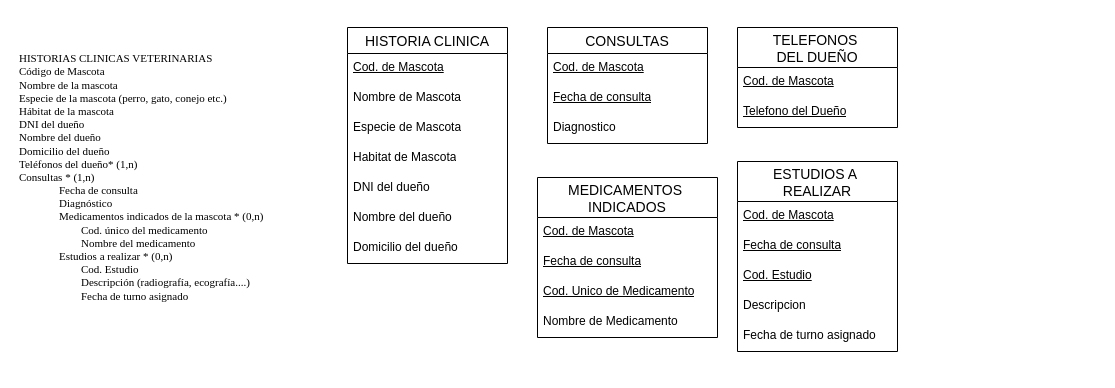
Before: Diagrama sin título.drawio in YasminLedesma/Diagramas, a draw.io diagram. Source tidied: cells renumbered, new cells numbered last; positions are measured from the earlier drawing's top-left corner, leaving out a move shared by most shapes. Both pictures are drawn from the tidied source at 100%, with x=0, y=0 at pixel (17, 27).
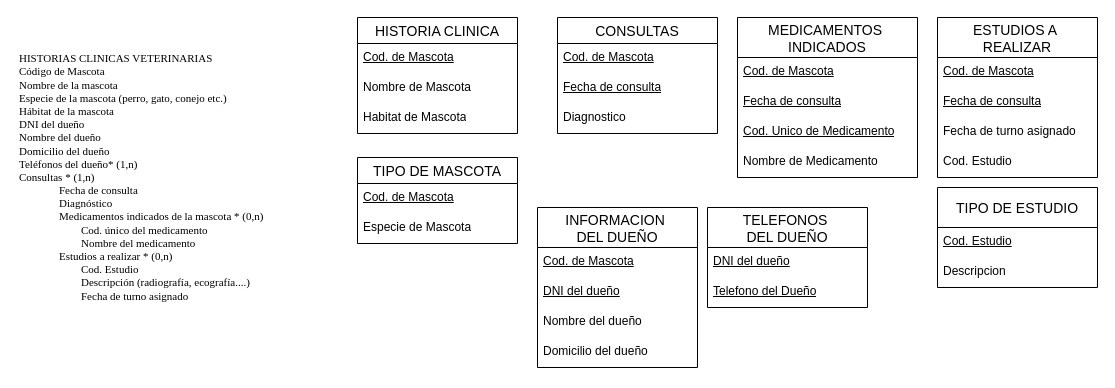
Above is the later version.

Commit message:
Actualizar Diagrama parcial.drawio

Change to the diagram source:
```diff
@@
     <mxCell id="2" value="HISTORIA CLINICA" style="swimlane;fontStyle=0;horizontal=1;startSize=26;align=center;fontSize=14;" parent="1" vertex="1">
-      <mxGeometry x="330" width="160" height="236" as="geometry" />
+      <mxGeometry x="340" y="-10" width="160" height="116" as="geometry" />
     </mxCell>
@@
-    <mxCell id="5" value="Especie de Mascota" style="text;strokeColor=none;fillColor=none;spacingLeft=4;spacingRight=4;overflow=hidden;fontSize=12;whiteSpace=wrap;html=1;" parent="2" vertex="1">
-      <mxGeometry y="86" width="160" height="30" as="geometry" />
-    </mxCell>
     <mxCell id="6" value="Habitat de Mascota" style="text;strokeColor=none;fillColor=none;spacingLeft=4;spacingRight=4;overflow=hidden;fontSize=12;whiteSpace=wrap;html=1;" parent="2" vertex="1">
-      <mxGeometry y="116" width="160" height="30" as="geometry" />
+      <mxGeometry y="86" width="160" height="30" as="geometry" />
     </mxCell>
-    <mxCell id="7" value="DNI del dueño" style="text;strokeColor=none;fillColor=none;spacingLeft=4;spacingRight=4;overflow=hidden;fontSize=12;whiteSpace=wrap;html=1;" parent="2" vertex="1">
-      <mxGeometry y="146" width="160" height="30" as="geometry" />
-    </mxCell>
-    <mxCell id="8" value="Nombre del dueño" style="text;strokeColor=none;fillColor=none;spacingLeft=4;spacingRight=4;overflow=hidden;fontSize=12;whiteSpace=wrap;html=1;" parent="2" vertex="1">
-      <mxGeometry y="176" width="160" height="30" as="geometry" />
-    </mxCell>
-    <mxCell id="9" value="Domicilio del dueño" style="text;strokeColor=none;fillColor=none;spacingLeft=4;spacingRight=4;overflow=hidden;fontSize=12;whiteSpace=wrap;html=1;" parent="2" vertex="1">
-      <mxGeometry y="206" width="160" height="30" as="geometry" />
-    </mxCell>
@@
     <mxCell id="11" value="CONSULTAS" style="swimlane;fontStyle=0;horizontal=1;startSize=26;align=center;fontSize=14;" parent="1" vertex="1">
-      <mxGeometry x="530" width="160" height="116" as="geometry" />
+      <mxGeometry x="540" y="-10" width="160" height="116" as="geometry" />
     </mxCell>
@@
     <mxCell id="15" value="MEDICAMENTOS &#10;INDICADOS" style="swimlane;fontStyle=0;horizontal=1;startSize=40;align=center;fontSize=14;" parent="1" vertex="1">
-      <mxGeometry x="520" y="150" width="180" height="160" as="geometry" />
+      <mxGeometry x="720" y="-10" width="180" height="160" as="geometry" />
     </mxCell>
@@
     <mxCell id="20" value="TELEFONOS &#10;DEL DUEÑO" style="swimlane;fontStyle=0;horizontal=1;startSize=40;align=center;fontSize=14;" parent="1" vertex="1">
-      <mxGeometry x="720" width="160" height="100" as="geometry" />
+      <mxGeometry x="690" y="180" width="160" height="100" as="geometry" />
     </mxCell>
-    <mxCell id="21" value="&lt;u&gt;Cod. de Mascota&lt;/u&gt;" style="text;strokeColor=none;fillColor=none;spacingLeft=4;spacingRight=4;overflow=hidden;fontSize=12;whiteSpace=wrap;html=1;" parent="20" vertex="1">
-      <mxGeometry y="40" width="160" height="30" as="geometry" />
-    </mxCell>
+    <mxCell id="29" value="&lt;u&gt;DNI del dueño&lt;/u&gt;" style="text;strokeColor=none;fillColor=none;spacingLeft=4;spacingRight=4;overflow=hidden;fontSize=12;whiteSpace=wrap;html=1;" parent="20" vertex="1">
+      <mxGeometry y="40" width="160" height="30" as="geometry" />
+    </mxCell>
@@
     <mxCell id="23" value="ESTUDIOS A &#10;REALIZAR" style="swimlane;fontStyle=0;horizontal=1;startSize=40;align=center;fontSize=14;" parent="1" vertex="1">
-      <mxGeometry x="720" y="134" width="160" height="190" as="geometry" />
+      <mxGeometry x="920" y="-10" width="160" height="160" as="geometry" />
     </mxCell>
@@
+    <mxCell id="28" value="Fecha de turno asignado" style="text;strokeColor=none;fillColor=none;spacingLeft=4;spacingRight=4;overflow=hidden;fontSize=12;whiteSpace=wrap;html=1;" parent="23" vertex="1">
+      <mxGeometry y="100" width="160" height="30" as="geometry" />
+    </mxCell>
+    <mxCell id="30" value="Cod. Estudio" style="text;strokeColor=none;fillColor=none;spacingLeft=4;spacingRight=4;overflow=hidden;fontSize=12;whiteSpace=wrap;html=1;" parent="23" vertex="1">
+      <mxGeometry y="130" width="160" height="30" as="geometry" />
+    </mxCell>
+    <mxCell id="31" value="INFORMACION &#10;DEL DUEÑO" style="swimlane;fontStyle=0;horizontal=1;startSize=40;align=center;fontSize=14;" parent="1" vertex="1">
+      <mxGeometry x="520" y="180" width="160" height="160" as="geometry" />
+    </mxCell>
+    <mxCell id="21" value="&lt;u&gt;Cod. de Mascota&lt;/u&gt;" style="text;strokeColor=none;fillColor=none;spacingLeft=4;spacingRight=4;overflow=hidden;fontSize=12;whiteSpace=wrap;html=1;" parent="31" vertex="1">
+      <mxGeometry y="40" width="160" height="30" as="geometry" />
+    </mxCell>
+    <mxCell id="7" value="&lt;u&gt;DNI del dueño&lt;/u&gt;" style="text;strokeColor=none;fillColor=none;spacingLeft=4;spacingRight=4;overflow=hidden;fontSize=12;whiteSpace=wrap;html=1;" parent="31" vertex="1">
+      <mxGeometry y="70" width="160" height="30" as="geometry" />
+    </mxCell>
+    <mxCell id="8" value="Nombre del dueño" style="text;strokeColor=none;fillColor=none;spacingLeft=4;spacingRight=4;overflow=hidden;fontSize=12;whiteSpace=wrap;html=1;" parent="31" vertex="1">
+      <mxGeometry y="100" width="160" height="30" as="geometry" />
+    </mxCell>
+    <mxCell id="9" value="Domicilio del dueño" style="text;strokeColor=none;fillColor=none;spacingLeft=4;spacingRight=4;overflow=hidden;fontSize=12;whiteSpace=wrap;html=1;" parent="31" vertex="1">
+      <mxGeometry y="130" width="160" height="30" as="geometry" />
+    </mxCell>
+    <mxCell id="32" value="TIPO DE ESTUDIO" style="swimlane;fontStyle=0;horizontal=1;startSize=40;align=center;fontSize=14;" parent="1" vertex="1">
+      <mxGeometry x="920" y="160" width="160" height="100" as="geometry" />
+    </mxCell>
-    <mxCell id="26" value="&lt;u&gt;Cod. Estudio&lt;/u&gt;" style="text;strokeColor=none;fillColor=none;spacingLeft=4;spacingRight=4;overflow=hidden;fontSize=12;whiteSpace=wrap;html=1;" parent="23" vertex="1">
-      <mxGeometry y="100" width="160" height="30" as="geometry" />
+    <mxCell id="26" value="&lt;u&gt;Cod. Estudio&lt;/u&gt;" style="text;strokeColor=none;fillColor=none;spacingLeft=4;spacingRight=4;overflow=hidden;fontSize=12;whiteSpace=wrap;html=1;" parent="32" vertex="1">
+      <mxGeometry y="40" width="160" height="30" as="geometry" />
     </mxCell>
-    <mxCell id="27" value="Descripcion" style="text;strokeColor=none;fillColor=none;spacingLeft=4;spacingRight=4;overflow=hidden;fontSize=12;whiteSpace=wrap;html=1;" parent="23" vertex="1">
-      <mxGeometry y="130" width="160" height="30" as="geometry" />
+    <mxCell id="27" value="Descripcion" style="text;strokeColor=none;fillColor=none;spacingLeft=4;spacingRight=4;overflow=hidden;fontSize=12;whiteSpace=wrap;html=1;" parent="32" vertex="1">
+      <mxGeometry y="70" width="160" height="30" as="geometry" />
     </mxCell>
-    <mxCell id="28" value="Fecha de turno asignado" style="text;strokeColor=none;fillColor=none;spacingLeft=4;spacingRight=4;overflow=hidden;fontSize=12;whiteSpace=wrap;html=1;" parent="23" vertex="1">
-      <mxGeometry y="160" width="160" height="30" as="geometry" />
-    </mxCell>
+    <mxCell id="33" value="TIPO DE MASCOTA" style="swimlane;fontStyle=0;horizontal=1;startSize=26;align=center;fontSize=14;" parent="1" vertex="1">
+      <mxGeometry x="340" y="130" width="160" height="86" as="geometry" />
+    </mxCell>
+    <mxCell id="34" value="&lt;u&gt;Cod. de Mascota&lt;/u&gt;" style="text;strokeColor=none;fillColor=none;spacingLeft=4;spacingRight=4;overflow=hidden;fontSize=12;whiteSpace=wrap;html=1;" parent="33" vertex="1">
+      <mxGeometry y="26" width="160" height="30" as="geometry" />
+    </mxCell>
+    <mxCell id="5" value="Especie de Mascota" style="text;strokeColor=none;fillColor=none;spacingLeft=4;spacingRight=4;overflow=hidden;fontSize=12;whiteSpace=wrap;html=1;" parent="33" vertex="1">
+      <mxGeometry y="56" width="160" height="30" as="geometry" />
+    </mxCell>
```
